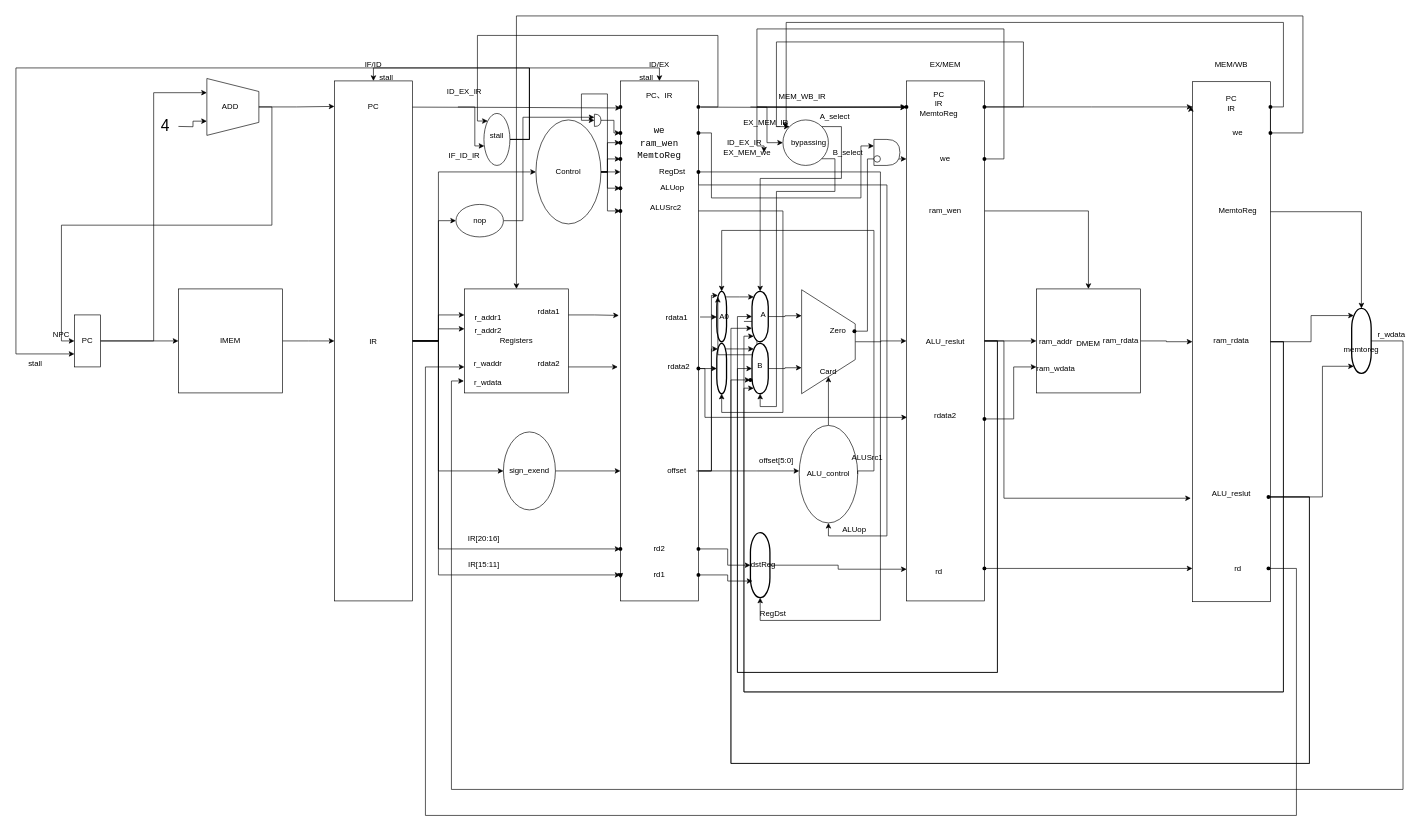
lllwwwooo/draw.io keeps this draw.io diagram as directory/未命名绘图.drawio. Above is the earlier version. Source tidied: cells renumbered, new cells numbered last; positions are measured from the earlier drawing's top-left corner, leaving out a move shared by most shapes. Both pictures are drawn from the tidied source at 65%, with x=0, y=0 at pixel (16, 16).
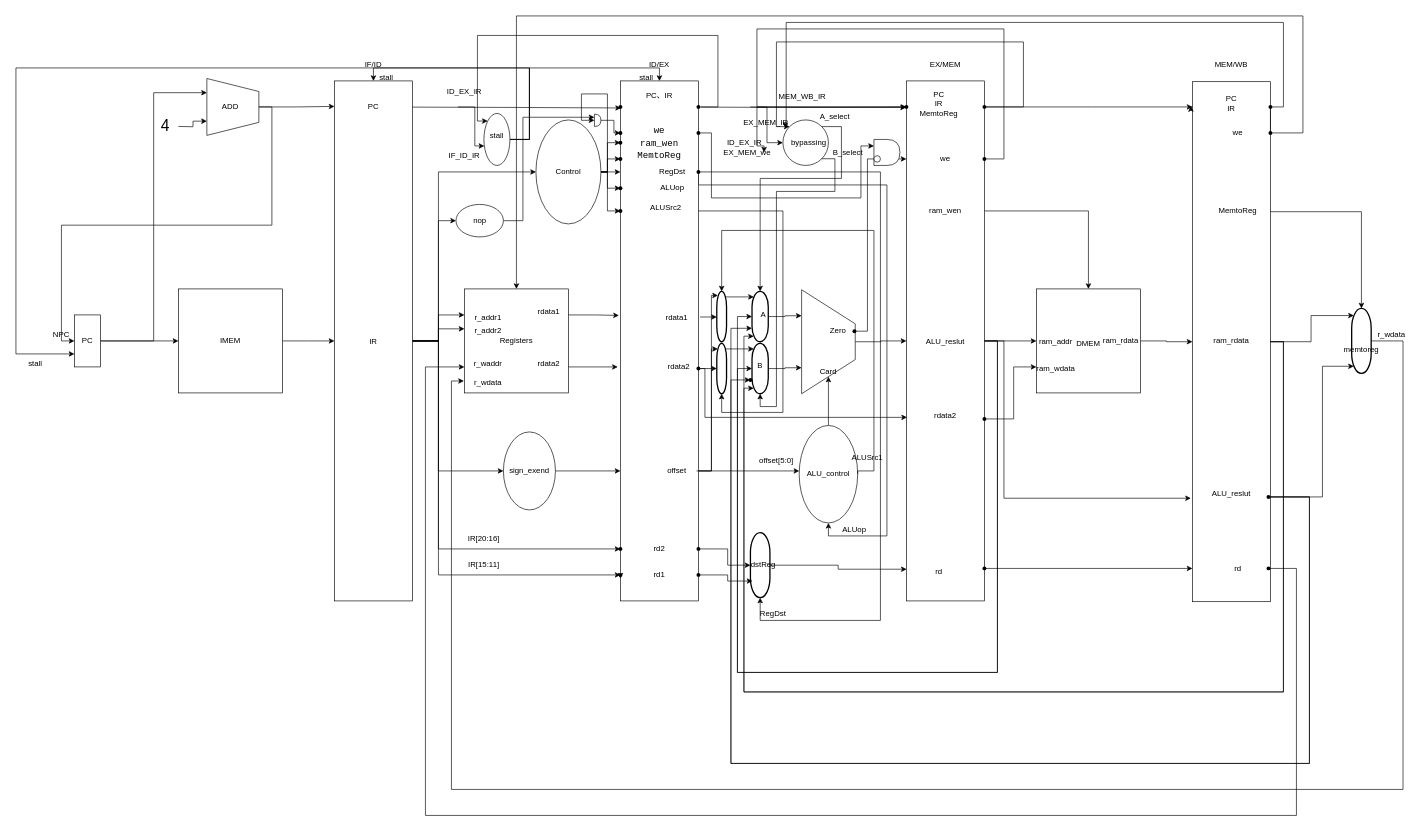
Above is the later version.

Commit message:
更新未命名绘图.drawio

The change refers to these unchanged cells:
```xml
<mxCell id="40" style="strokeWidth=2;html=1;shape=mxgraph.flowchart.terminator;whiteSpace=wrap;rotation=90;" parent="1" vertex="1">
  <mxGeometry x="1047" y="455" width="77.5" height="15" as="geometry" />
</mxCell>
```

What changed in the source:
```diff
@@
-    <mxCell id="44" style="edgeStyle=orthogonalEdgeStyle;rounded=0;jettySize=auto;html=1;exitX=1;exitY=0.75;exitDx=0;exitDy=0;entryX=0.11;entryY=0.89;entryDx=0;entryDy=0;entryPerimeter=0;" parent="1" edge="1" source="149" target="40">
-      <mxGeometry relative="1" as="geometry" />
-    </mxCell>
@@
-    <mxCell id="149" value="A0" style="text;strokeColor=none;align=center;fillColor=none;html=1;verticalAlign=middle;whiteSpace=wrap;rounded=0;" parent="1" vertex="1">
-      <mxGeometry x="1060" y="447.5" width="60" height="30" as="geometry" />
-    </mxCell>
```
